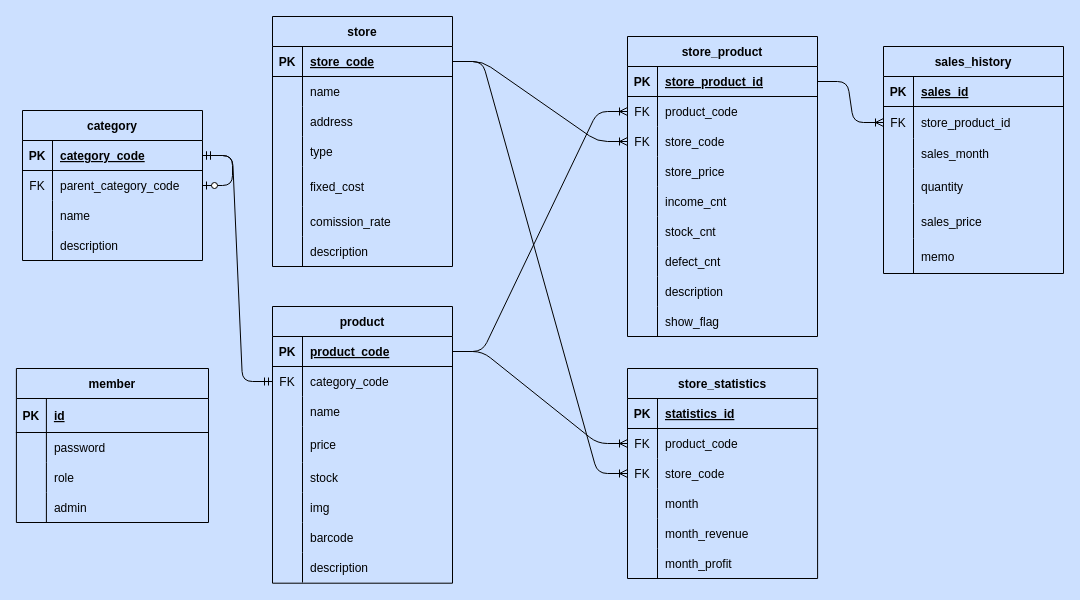
Earlier version of the draw.io diagram database/ERD.drawio (JoshRyu/logistics). Source tidied: cells renumbered, new cells numbered last; positions are measured from the earlier drawing's top-left corner, leaving out a move shared by most shapes. Both pictures are drawn from the tidied source at 100%, with x=0, y=0 at pixel (16, 16).
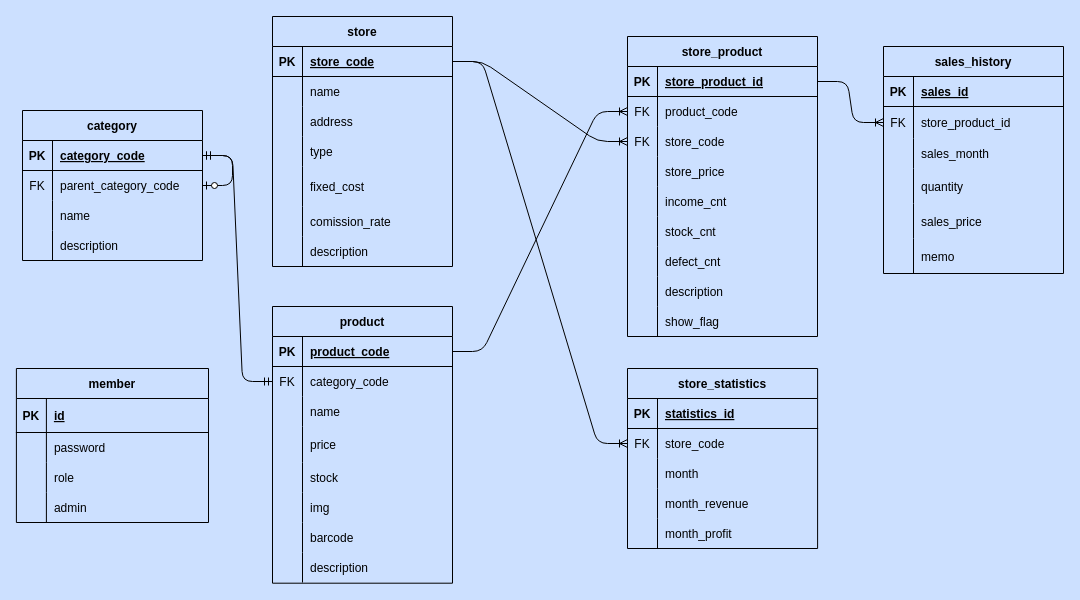
Above is the later version.

Commit message (it also covers changes not shown here):
[fix] Remove the unnecessary product_code column from store_statistics

The change refers to these unchanged cells:
```xml
<mxCell id="3" style="shape=tableRow;horizontal=0;startSize=0;swimlaneHead=0;swimlaneBody=0;points=[[0,0.5],[1,0.5]];portConstraint=eastwest;top=0;left=0;right=0;bottom=1;fillColor=none;labelBackgroundColor=none;fontColor=#000000;strokeColor=#000000;" parent="2" vertex="1">
  <mxGeometry y="30" width="180" height="30" as="geometry" />
</mxCell>
```

The edit, as a diff of the source:
```diff
@@
     <mxCell id="91" value="store_statistics" style="shape=table;startSize=30;childLayout=tableLayout;rowLines=0;fontStyle=1;align=center;fillColor=none;labelBackgroundColor=none;fontColor=#000000;strokeColor=#000000;" parent="1" vertex="1">
-      <mxGeometry x="611" y="352" width="190.1" height="210" as="geometry" />
+      <mxGeometry x="611" y="352" width="190.1" height="180" as="geometry" />
     </mxCell>
@@
-    <mxCell id="95" style="shape=tableRow;horizontal=0;startSize=0;swimlaneHead=0;swimlaneBody=0;points=[[0,0.5],[1,0.5]];portConstraint=eastwest;top=0;left=0;right=0;bottom=0;fillColor=none;labelBackgroundColor=none;fontColor=#000000;strokeColor=#000000;" parent="91" vertex="1">
-      <mxGeometry y="60" width="190.1" height="30" as="geometry" />
-    </mxCell>
-    <mxCell id="96" value="FK" style="shape=partialRectangle;top=0;left=0;bottom=0;right=0;overflow=hidden;fillColor=none;labelBackgroundColor=none;fontColor=#000000;strokeColor=#000000;" parent="95" vertex="1">
-      <mxGeometry width="30" height="30" as="geometry" />
-    </mxCell>
-    <mxCell id="97" value="product_code" style="shape=partialRectangle;top=0;left=0;bottom=0;right=0;align=left;spacingLeft=6;overflow=hidden;fillColor=none;labelBackgroundColor=none;fontColor=#000000;strokeColor=#000000;" parent="95" vertex="1">
-      <mxGeometry x="30" width="160.1" height="30" as="geometry" />
-    </mxCell>
     <mxCell id="98" style="shape=tableRow;horizontal=0;startSize=0;swimlaneHead=0;swimlaneBody=0;points=[[0,0.5],[1,0.5]];portConstraint=eastwest;top=0;left=0;right=0;bottom=0;fillColor=none;labelBackgroundColor=none;fontColor=#000000;strokeColor=#000000;" parent="91" vertex="1">
-      <mxGeometry y="90" width="190.1" height="30" as="geometry" />
+      <mxGeometry y="60" width="190.1" height="30" as="geometry" />
     </mxCell>
@@
     <mxCell id="101" style="shape=tableRow;horizontal=0;startSize=0;swimlaneHead=0;swimlaneBody=0;top=0;left=0;right=0;bottom=0;fillColor=none;labelBackgroundColor=none;fontColor=#000000;strokeColor=#000000;" parent="91" vertex="1">
-      <mxGeometry y="120" width="190.1" height="30" as="geometry" />
+      <mxGeometry y="90" width="190.1" height="30" as="geometry" />
     </mxCell>
@@
     <mxCell id="104" style="shape=tableRow;horizontal=0;startSize=0;swimlaneHead=0;swimlaneBody=0;top=0;left=0;right=0;bottom=0;fillColor=none;labelBackgroundColor=none;fontColor=#000000;strokeColor=#000000;" parent="91" vertex="1">
-      <mxGeometry y="150" width="190.1" height="30" as="geometry" />
+      <mxGeometry y="120" width="190.1" height="30" as="geometry" />
     </mxCell>
@@
     <mxCell id="107" style="shape=tableRow;horizontal=0;startSize=0;swimlaneHead=0;swimlaneBody=0;top=0;left=0;right=0;bottom=0;fillColor=none;labelBackgroundColor=none;fontColor=#000000;strokeColor=#000000;" parent="91" vertex="1">
-      <mxGeometry y="180" width="190.1" height="30" as="geometry" />
+      <mxGeometry y="150" width="190.1" height="30" as="geometry" />
     </mxCell>
@@
-    <mxCell id="114" style="edgeStyle=entityRelationEdgeStyle;fontSize=12;html=1;endArrow=ERoneToMany;entryX=0;entryY=0.5;entryDx=0;entryDy=0;fillColor=none;fontColor=#000000;labelBackgroundColor=none;strokeColor=#000000;" parent="1" edge="1" source="3" target="95">
-      <mxGeometry relative="1" as="geometry" />
-    </mxCell>
```
